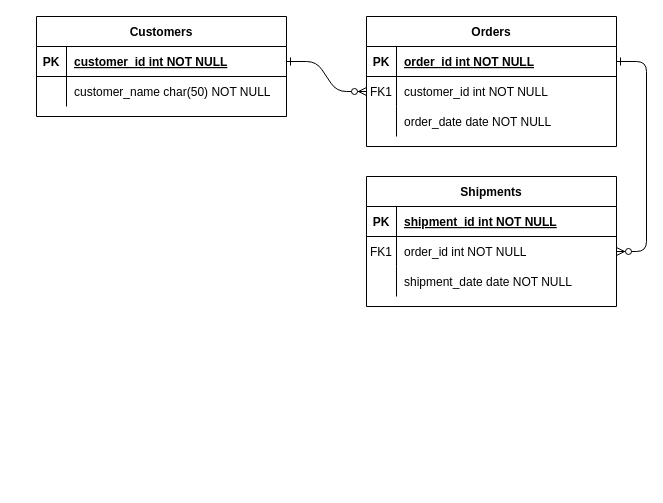
This is Untitled Diagram.drawio from DemetreDe/product-sheet, a draw.io file, before an edit. Source tidied: cells renumbered, new cells numbered last; positions are measured from the earlier drawing's top-left corner, leaving out a move shared by most shapes. Both pictures are drawn from the tidied source at 100%, with x=0, y=0 at pixel (36, 16).
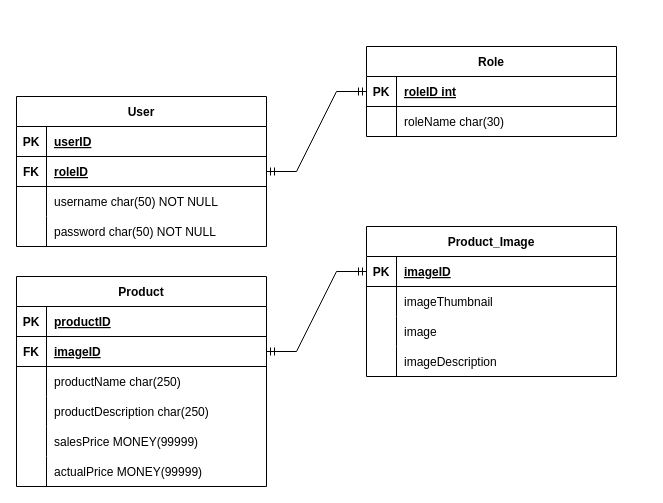
The same page after the edit.

The change refers to these unchanged cells:
```xml
<mxCell id="5" style="shape=partialRectangle;fillColor=none;points=[[0,0.5],[1,0.5]];portConstraint=eastwest;top=0;left=0;right=0;bottom=1;" parent="4" vertex="1">
  <mxGeometry y="30" width="250" height="30" as="geometry" />
</mxCell>
<mxCell id="8" style="shape=partialRectangle;fillColor=none;points=[[0,0.5],[1,0.5]];portConstraint=eastwest;top=0;left=0;right=0;bottom=0;" parent="4" vertex="1">
  <mxGeometry y="60" width="250" height="30" as="geometry" />
</mxCell>
<mxCell id="15" style="shape=partialRectangle;fillColor=none;top=0;left=0;right=0;bottom=1;" parent="14" vertex="1">
  <mxGeometry y="30" width="250" height="30" as="geometry" />
</mxCell>
<mxCell id="25" style="shape=partialRectangle;fillColor=none;points=[[0,0.5],[1,0.5]];portConstraint=eastwest;top=0;left=0;right=0;bottom=1;" parent="24" vertex="1">
  <mxGeometry y="30" width="250" height="30" as="geometry" />
</mxCell>
```

What changed in the source:
```diff
@@
-    <mxCell id="2" style="edgeStyle=entityRelationEdgeStyle;endArrow=ERzeroToMany;startArrow=ERone;endFill=1;startFill=0;" parent="1" edge="1" source="25" target="8">
-      <mxGeometry relative="1" as="geometry" />
-    </mxCell>
-    <mxCell id="3" style="edgeStyle=entityRelationEdgeStyle;endArrow=ERzeroToMany;startArrow=ERone;endFill=1;startFill=0;" parent="1" edge="1" source="5" target="18">
-      <mxGeometry relative="1" as="geometry" />
-    </mxCell>
-    <mxCell id="4" value="Orders" style="shape=table;startSize=30;childLayout=tableLayout;rowLines=0;fontStyle=1;align=center;" parent="1" vertex="1">
-      <mxGeometry x="330" width="250" height="130" as="geometry" />
+    <mxCell id="4" value="Role" style="shape=table;startSize=30;childLayout=tableLayout;rowLines=0;fontStyle=1;align=center;" parent="1" vertex="1">
+      <mxGeometry x="330" y="30" width="250" height="90" as="geometry" />
     </mxCell>
@@
-    <mxCell id="7" value="order_id int NOT NULL " style="shape=partialRectangle;overflow=hidden;fillColor=none;top=0;left=0;bottom=0;right=0;align=left;spacingLeft=6;fontStyle=5;" parent="5" vertex="1">
+    <mxCell id="7" value="roleID int" style="shape=partialRectangle;overflow=hidden;fillColor=none;top=0;left=0;bottom=0;right=0;align=left;spacingLeft=6;fontStyle=5;" parent="5" vertex="1">
       <mxGeometry x="30" width="220" height="30" as="geometry" />
     </mxCell>
@@
-    <mxCell id="9" value="FK1" style="shape=partialRectangle;overflow=hidden;fillColor=none;top=0;left=0;bottom=0;right=0;" parent="8" vertex="1">
+    <mxCell id="9" style="shape=partialRectangle;overflow=hidden;fillColor=none;top=0;left=0;bottom=0;right=0;" parent="8" vertex="1">
       <mxGeometry width="30" height="30" as="geometry" />
     </mxCell>
-    <mxCell id="10" value="customer_id int NOT NULL" style="shape=partialRectangle;overflow=hidden;fillColor=none;top=0;left=0;bottom=0;right=0;align=left;spacingLeft=6;" parent="8" vertex="1">
+    <mxCell id="10" value="roleName char(30)" style="shape=partialRectangle;overflow=hidden;fillColor=none;top=0;left=0;bottom=0;right=0;align=left;spacingLeft=6;" parent="8" vertex="1">
       <mxGeometry x="30" width="220" height="30" as="geometry" />
     </mxCell>
-    <mxCell id="11" style="shape=partialRectangle;fillColor=none;top=0;left=0;right=0;bottom=0;" parent="4" vertex="1">
-      <mxGeometry y="90" width="250" height="30" as="geometry" />
-    </mxCell>
-    <mxCell id="12" style="shape=partialRectangle;overflow=hidden;fillColor=none;top=0;left=0;bottom=0;right=0;" parent="11" vertex="1">
-      <mxGeometry width="30" height="30" as="geometry" />
-    </mxCell>
-    <mxCell id="13" value="order_date date NOT NULL" style="shape=partialRectangle;overflow=hidden;fillColor=none;top=0;left=0;bottom=0;right=0;align=left;spacingLeft=6;" parent="11" vertex="1">
-      <mxGeometry x="30" width="220" height="30" as="geometry" />
-    </mxCell>
-    <mxCell id="14" value="Shipments" style="shape=table;startSize=30;childLayout=tableLayout;rowLines=0;fontStyle=1;align=center;" parent="1" vertex="1">
-      <mxGeometry x="330" y="160" width="250" height="130" as="geometry" />
+    <mxCell id="14" value="Product" style="shape=table;startSize=30;childLayout=tableLayout;rowLines=0;fontStyle=1;align=center;" parent="1" vertex="1">
+      <mxGeometry x="-20" y="260" width="250" height="210" as="geometry" />
     </mxCell>
@@
-    <mxCell id="17" value="shipment_id int NOT NULL " style="shape=partialRectangle;overflow=hidden;fillColor=none;top=0;left=0;bottom=0;right=0;align=left;spacingLeft=6;fontStyle=5;" parent="15" vertex="1">
+    <mxCell id="17" value="productID" style="shape=partialRectangle;overflow=hidden;fillColor=none;top=0;left=0;bottom=0;right=0;align=left;spacingLeft=6;fontStyle=5;" parent="15" vertex="1">
       <mxGeometry x="30" width="220" height="30" as="geometry" />
     </mxCell>
+    <mxCell id="31" style="shape=partialRectangle;fillColor=none;points=[[0,0.5],[1,0.5]];portConstraint=eastwest;top=0;left=0;right=0;bottom=1;" parent="14" vertex="1">
+      <mxGeometry y="60" width="250" height="30" as="geometry" />
+    </mxCell>
+    <mxCell id="32" value="FK" style="shape=partialRectangle;overflow=hidden;fillColor=none;top=0;left=0;bottom=0;right=0;fontStyle=1;" parent="31" vertex="1">
+      <mxGeometry width="30" height="30" as="geometry" />
+    </mxCell>
+    <mxCell id="33" value="imageID" style="shape=partialRectangle;overflow=hidden;fillColor=none;top=0;left=0;bottom=0;right=0;align=left;spacingLeft=6;fontStyle=5;" parent="31" vertex="1">
+      <mxGeometry x="30" width="220" height="30" as="geometry" />
+    </mxCell>
     <mxCell id="18" style="shape=partialRectangle;fillColor=none;points=[[0,0.5],[1,0.5]];portConstraint=eastwest;top=0;left=0;right=0;bottom=0;" parent="14" vertex="1">
-      <mxGeometry y="60" width="250" height="30" as="geometry" />
+      <mxGeometry y="90" width="250" height="30" as="geometry" />
     </mxCell>
-    <mxCell id="19" value="FK1" style="shape=partialRectangle;overflow=hidden;fillColor=none;top=0;left=0;bottom=0;right=0;" parent="18" vertex="1">
+    <mxCell id="19" style="shape=partialRectangle;overflow=hidden;fillColor=none;top=0;left=0;bottom=0;right=0;" parent="18" vertex="1">
       <mxGeometry width="30" height="30" as="geometry" />
     </mxCell>
-    <mxCell id="20" value="order_id int NOT NULL" style="shape=partialRectangle;overflow=hidden;fillColor=none;top=0;left=0;bottom=0;right=0;align=left;spacingLeft=6;" parent="18" vertex="1">
+    <mxCell id="20" value="productName char(250) " style="shape=partialRectangle;overflow=hidden;fillColor=none;top=0;left=0;bottom=0;right=0;align=left;spacingLeft=6;" parent="18" vertex="1">
       <mxGeometry x="30" width="220" height="30" as="geometry" />
     </mxCell>
+    <mxCell id="34" style="shape=partialRectangle;fillColor=none;top=0;left=0;right=0;bottom=0;" parent="14" vertex="1">
+      <mxGeometry y="120" width="250" height="30" as="geometry" />
+    </mxCell>
+    <mxCell id="35" style="shape=partialRectangle;overflow=hidden;fillColor=none;top=0;left=0;bottom=0;right=0;" parent="34" vertex="1">
+      <mxGeometry width="30" height="30" as="geometry" />
+    </mxCell>
+    <mxCell id="36" value="productDescription char(250) " style="shape=partialRectangle;overflow=hidden;fillColor=none;top=0;left=0;bottom=0;right=0;align=left;spacingLeft=6;" parent="34" vertex="1">
+      <mxGeometry x="30" width="220" height="30" as="geometry" />
+    </mxCell>
     <mxCell id="21" style="shape=partialRectangle;fillColor=none;top=0;left=0;right=0;bottom=0;" parent="14" vertex="1">
-      <mxGeometry y="90" width="250" height="30" as="geometry" />
+      <mxGeometry y="150" width="250" height="30" as="geometry" />
     </mxCell>
@@
-    <mxCell id="23" value="shipment_date date NOT NULL" style="shape=partialRectangle;overflow=hidden;fillColor=none;top=0;left=0;bottom=0;right=0;align=left;spacingLeft=6;" parent="21" vertex="1">
+    <mxCell id="23" value="salesPrice MONEY(99999)" style="shape=partialRectangle;overflow=hidden;fillColor=none;top=0;left=0;bottom=0;right=0;align=left;spacingLeft=6;" parent="21" vertex="1">
       <mxGeometry x="30" width="220" height="30" as="geometry" />
     </mxCell>
+    <mxCell id="37" style="shape=partialRectangle;fillColor=none;top=0;left=0;right=0;bottom=0;" parent="14" vertex="1">
+      <mxGeometry y="180" width="250" height="30" as="geometry" />
+    </mxCell>
+    <mxCell id="38" style="shape=partialRectangle;overflow=hidden;fillColor=none;top=0;left=0;bottom=0;right=0;" parent="37" vertex="1">
+      <mxGeometry width="30" height="30" as="geometry" />
+    </mxCell>
+    <mxCell id="39" value="actualPrice MONEY(99999)" style="shape=partialRectangle;overflow=hidden;fillColor=none;top=0;left=0;bottom=0;right=0;align=left;spacingLeft=6;" parent="37" vertex="1">
+      <mxGeometry x="30" width="220" height="30" as="geometry" />
+    </mxCell>
-    <mxCell id="24" value="Customers" style="shape=table;startSize=30;childLayout=tableLayout;rowLines=0;fontStyle=1;align=center;" parent="1" vertex="1">
-      <mxGeometry width="250" height="100" as="geometry" />
+    <mxCell id="24" value="User" style="shape=table;startSize=30;childLayout=tableLayout;rowLines=0;fontStyle=1;align=center;" parent="1" vertex="1">
+      <mxGeometry x="-20" y="80" width="250" height="150" as="geometry" />
     </mxCell>
@@
-    <mxCell id="27" value="customer_id int NOT NULL " style="shape=partialRectangle;overflow=hidden;fillColor=none;top=0;left=0;bottom=0;right=0;align=left;spacingLeft=6;fontStyle=5;" parent="25" vertex="1">
+    <mxCell id="27" value="userID" style="shape=partialRectangle;overflow=hidden;fillColor=none;top=0;left=0;bottom=0;right=0;align=left;spacingLeft=6;fontStyle=5;" parent="25" vertex="1">
       <mxGeometry x="30" width="220" height="30" as="geometry" />
     </mxCell>
+    <mxCell id="40" style="shape=partialRectangle;fillColor=none;points=[[0,0.5],[1,0.5]];portConstraint=eastwest;top=0;left=0;right=0;bottom=1;" parent="24" vertex="1">
+      <mxGeometry y="60" width="250" height="30" as="geometry" />
+    </mxCell>
+    <mxCell id="41" value="FK" style="shape=partialRectangle;overflow=hidden;fillColor=none;top=0;left=0;bottom=0;right=0;fontStyle=1;" parent="40" vertex="1">
+      <mxGeometry width="30" height="30" as="geometry" />
+    </mxCell>
+    <mxCell id="42" value="roleID" style="shape=partialRectangle;overflow=hidden;fillColor=none;top=0;left=0;bottom=0;right=0;align=left;spacingLeft=6;fontStyle=5;" parent="40" vertex="1">
+      <mxGeometry x="30" width="220" height="30" as="geometry" />
+    </mxCell>
     <mxCell id="28" style="shape=partialRectangle;fillColor=none;top=0;left=0;right=0;bottom=0;" parent="24" vertex="1">
-      <mxGeometry y="60" width="250" height="30" as="geometry" />
+      <mxGeometry y="90" width="250" height="30" as="geometry" />
     </mxCell>
@@
-    <mxCell id="30" value="customer_name char(50) NOT NULL" style="shape=partialRectangle;overflow=hidden;fillColor=none;top=0;left=0;bottom=0;right=0;align=left;spacingLeft=6;" parent="28" vertex="1">
+    <mxCell id="30" value="username char(50) NOT NULL" style="shape=partialRectangle;overflow=hidden;fillColor=none;top=0;left=0;bottom=0;right=0;align=left;spacingLeft=6;" parent="28" vertex="1">
       <mxGeometry x="30" width="220" height="30" as="geometry" />
     </mxCell>
+    <mxCell id="43" style="shape=partialRectangle;fillColor=none;top=0;left=0;right=0;bottom=0;" parent="24" vertex="1">
+      <mxGeometry y="120" width="250" height="30" as="geometry" />
+    </mxCell>
+    <mxCell id="44" style="shape=partialRectangle;overflow=hidden;fillColor=none;top=0;left=0;bottom=0;right=0;" parent="43" vertex="1">
+      <mxGeometry width="30" height="30" as="geometry" />
+    </mxCell>
+    <mxCell id="45" value="password char(50) NOT NULL" style="shape=partialRectangle;overflow=hidden;fillColor=none;top=0;left=0;bottom=0;right=0;align=left;spacingLeft=6;" parent="43" vertex="1">
+      <mxGeometry x="30" width="220" height="30" as="geometry" />
+    </mxCell>
+    <mxCell id="46" value="Product_Image" style="shape=table;startSize=30;childLayout=tableLayout;rowLines=0;fontStyle=1;align=center;" parent="1" vertex="1">
+      <mxGeometry x="330" y="210" width="250" height="150" as="geometry" />
+    </mxCell>
+    <mxCell id="47" style="shape=partialRectangle;fillColor=none;points=[[0,0.5],[1,0.5]];portConstraint=eastwest;top=0;left=0;right=0;bottom=1;" parent="46" vertex="1">
+      <mxGeometry y="30" width="250" height="30" as="geometry" />
+    </mxCell>
+    <mxCell id="48" value="PK" style="shape=partialRectangle;overflow=hidden;fillColor=none;top=0;left=0;bottom=0;right=0;fontStyle=1;" parent="47" vertex="1">
+      <mxGeometry width="30" height="30" as="geometry" />
+    </mxCell>
+    <mxCell id="49" value="imageID" style="shape=partialRectangle;overflow=hidden;fillColor=none;top=0;left=0;bottom=0;right=0;align=left;spacingLeft=6;fontStyle=5;" parent="47" vertex="1">
+      <mxGeometry x="30" width="220" height="30" as="geometry" />
+    </mxCell>
+    <mxCell id="50" style="shape=partialRectangle;fillColor=none;top=0;left=0;right=0;bottom=0;" parent="46" vertex="1">
+      <mxGeometry y="60" width="250" height="30" as="geometry" />
+    </mxCell>
+    <mxCell id="51" style="shape=partialRectangle;overflow=hidden;fillColor=none;top=0;left=0;bottom=0;right=0;" parent="50" vertex="1">
+      <mxGeometry width="30" height="30" as="geometry" />
+    </mxCell>
+    <mxCell id="52" value="imageThumbnail " style="shape=partialRectangle;overflow=hidden;fillColor=none;top=0;left=0;bottom=0;right=0;align=left;spacingLeft=6;" parent="50" vertex="1">
+      <mxGeometry x="30" width="220" height="30" as="geometry" />
+    </mxCell>
+    <mxCell id="11" style="shape=partialRectangle;fillColor=none;top=0;left=0;right=0;bottom=0;" parent="46" vertex="1">
+      <mxGeometry y="90" width="250" height="30" as="geometry" />
+    </mxCell>
+    <mxCell id="53" style="shape=partialRectangle;overflow=hidden;fillColor=none;top=0;left=0;bottom=0;right=0;" parent="11" vertex="1">
+      <mxGeometry width="30" height="30" as="geometry" />
+    </mxCell>
+    <mxCell id="54" value="image" style="shape=partialRectangle;overflow=hidden;fillColor=none;top=0;left=0;bottom=0;right=0;align=left;spacingLeft=6;" parent="11" vertex="1">
+      <mxGeometry x="30" width="220" height="30" as="geometry" />
+    </mxCell>
+    <mxCell id="55" style="shape=partialRectangle;fillColor=none;top=0;left=0;right=0;bottom=0;" parent="46" vertex="1">
+      <mxGeometry y="120" width="250" height="30" as="geometry" />
+    </mxCell>
+    <mxCell id="56" style="shape=partialRectangle;overflow=hidden;fillColor=none;top=0;left=0;bottom=0;right=0;" parent="55" vertex="1">
+      <mxGeometry width="30" height="30" as="geometry" />
+    </mxCell>
+    <mxCell id="57" value="imageDescription" style="shape=partialRectangle;overflow=hidden;fillColor=none;top=0;left=0;bottom=0;right=0;align=left;spacingLeft=6;" parent="55" vertex="1">
+      <mxGeometry x="30" width="220" height="30" as="geometry" />
+    </mxCell>
+    <mxCell id="58" style="edgeStyle=entityRelationEdgeStyle;fontSize=12;html=1;endArrow=ERmandOne;startArrow=ERmandOne;rounded=0;entryX=0;entryY=0.5;entryDx=0;entryDy=0;" parent="1" edge="1" source="40" target="5">
+      <mxGeometry relative="1" as="geometry" />
+    </mxCell>
+    <mxCell id="59" style="edgeStyle=entityRelationEdgeStyle;fontSize=12;html=1;endArrow=ERmandOne;startArrow=ERmandOne;rounded=0;entryX=0;entryY=0.5;entryDx=0;entryDy=0;exitX=1;exitY=0.5;exitDx=0;exitDy=0;" parent="1" edge="1" source="31" target="47">
+      <mxGeometry relative="1" as="geometry" />
+    </mxCell>
```
